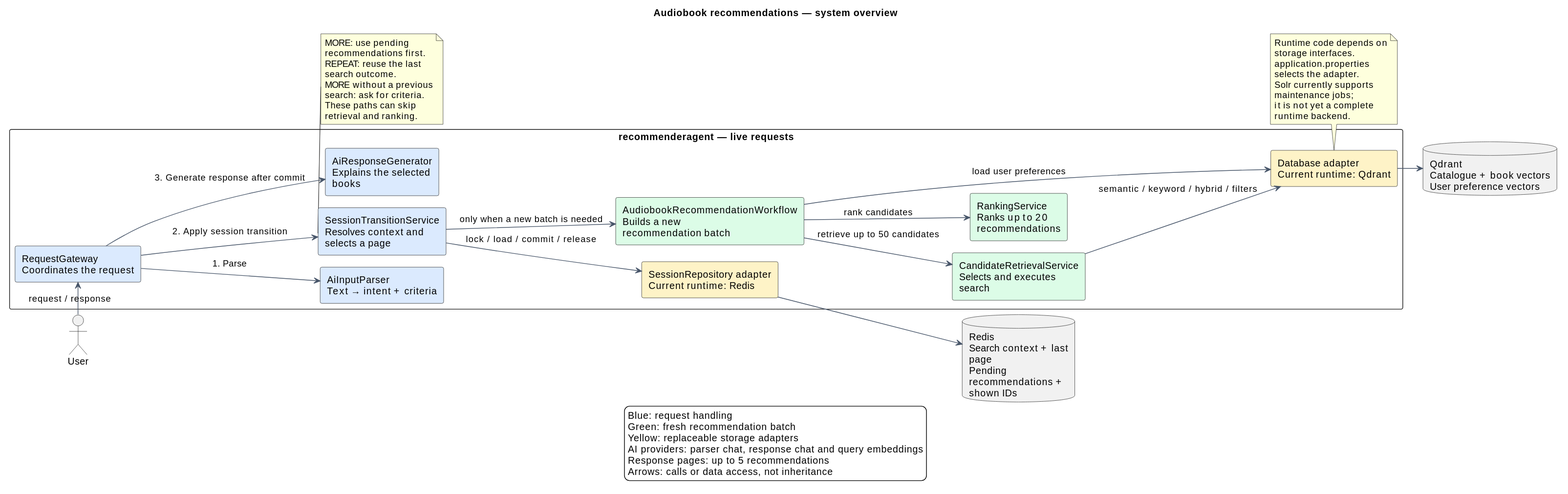
Before: docs/diagrams/system-overview.svg, a diagram exported from PlantUML (Juliu9/IT-Project).
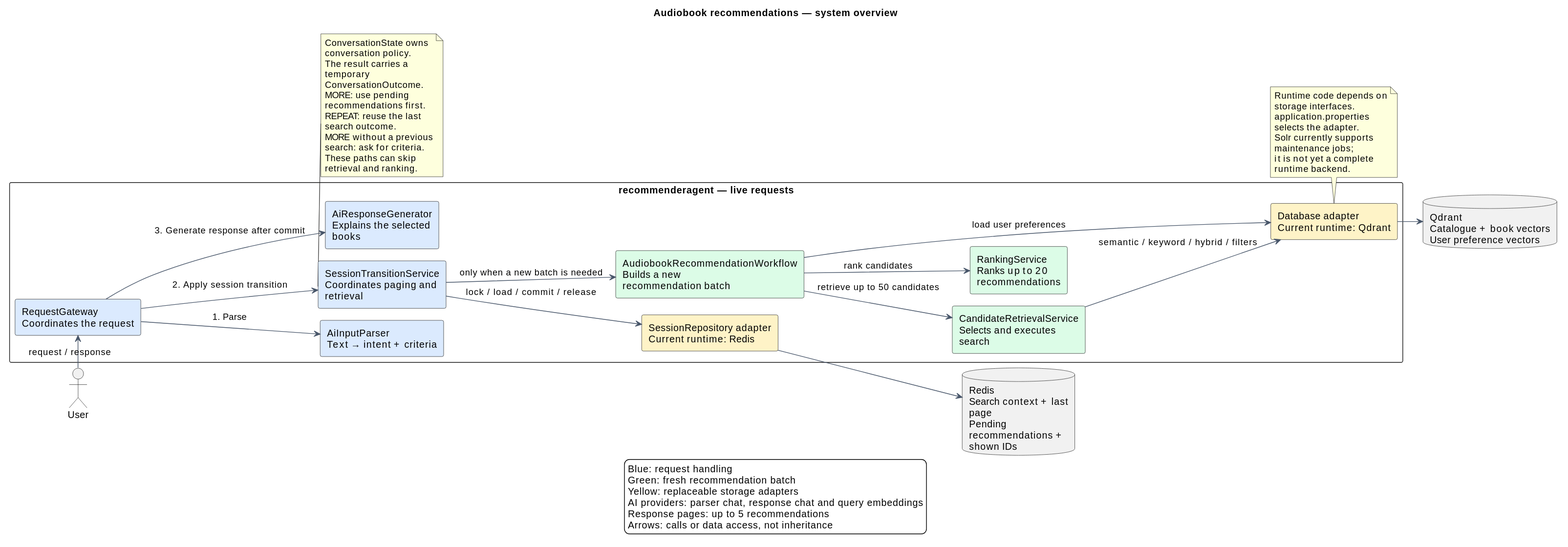
The same file after the commit.

The edit, as a diff of the source:
```diff
@@ -14,7 +14,7 @@
 package "recommenderagent — live requests" {
   component "RequestGateway\nCoordinates the request" as Gateway #DBEAFE
   component "AiInputParser\nText → intent + criteria" as Parser #DBEAFE
-  component "SessionTransitionService\nResolves context and selects a page" as Session #DBEAFE
+  component "SessionTransitionService\nCoordinates paging and retrieval" as Session #DBEAFE
   component "AudiobookRecommendationWorkflow\nBuilds a new recommendation batch" as Workflow #DCFCE7
   component "CandidateRetrievalService\nSelects and executes search" as Retrieval #DCFCE7
   component "RankingService\nRanks up to 20 recommendations" as Ranking #DCFCE7
@@ -39,6 +39,8 @@
 Gateway --> Response : 3. Generate response after commit
 
 note bottom of Session
+  ConversationState owns conversation policy.
+  The result carries a temporary ConversationOutcome.
   MORE: use pending recommendations first.
   REPEAT: reuse the last search outcome.
   MORE without a previous search: ask for criteria.
```
